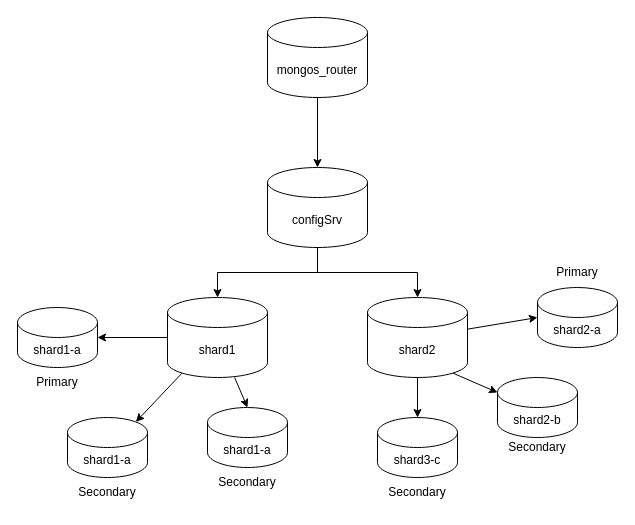
This is task3Repl.drawio from ddzhotyan-beep/mongo-sharding-repl, a draw.io file, before an edit. Source tidied: cells renumbered, new cells numbered last; positions are measured from the earlier drawing's top-left corner, leaving out a move shared by most shapes. Both pictures are drawn from the tidied source at 100%, with x=0, y=0 at pixel (17, 17).
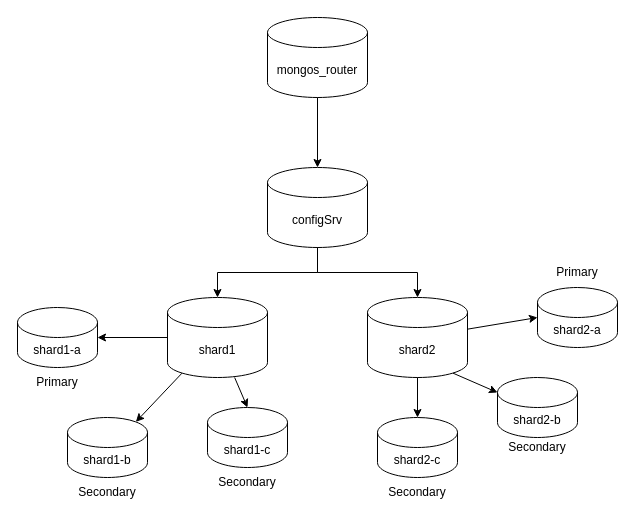
The same page after the edit.

The edit, as a diff of the source:
```diff
@@
-    <mxCell id="10" value="shard1-a" style="shape=cylinder3;whiteSpace=wrap;html=1;boundedLbl=1;backgroundOutline=1;size=15;" parent="1" vertex="1">
+    <mxCell id="10" value="shard1-b" style="shape=cylinder3;whiteSpace=wrap;html=1;boundedLbl=1;backgroundOutline=1;size=15;" parent="1" vertex="1">
       <mxGeometry x="50" y="400" width="80" height="60" as="geometry" />
     </mxCell>
-    <mxCell id="11" value="shard1-a" style="shape=cylinder3;whiteSpace=wrap;html=1;boundedLbl=1;backgroundOutline=1;size=15;" parent="1" vertex="1">
+    <mxCell id="11" value="shard1-c" style="shape=cylinder3;whiteSpace=wrap;html=1;boundedLbl=1;backgroundOutline=1;size=15;" parent="1" vertex="1">
       <mxGeometry x="190" y="390" width="80" height="60" as="geometry" />
     </mxCell>
-    <mxCell id="12" value="shard3-c" style="shape=cylinder3;whiteSpace=wrap;html=1;boundedLbl=1;backgroundOutline=1;size=15;" parent="1" vertex="1">
+    <mxCell id="12" value="shard2-c" style="shape=cylinder3;whiteSpace=wrap;html=1;boundedLbl=1;backgroundOutline=1;size=15;" parent="1" vertex="1">
       <mxGeometry x="360" y="400" width="80" height="60" as="geometry" />
     </mxCell>
```
